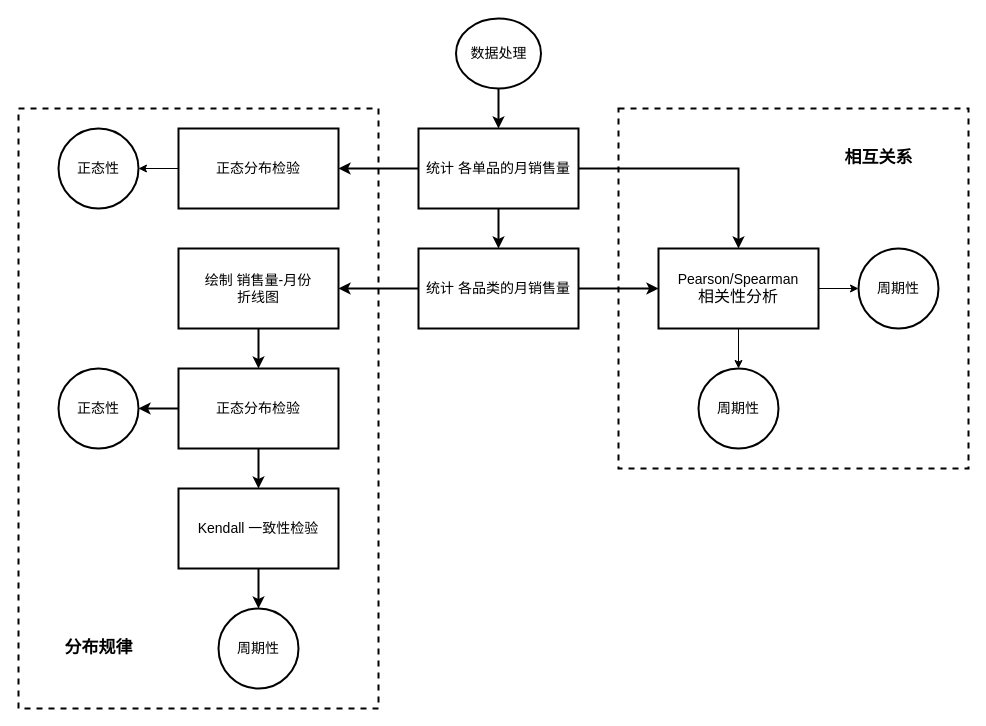
msqtt/Sources keeps this draw.io diagram as map/q1.drawio. Above is the earlier version. Source tidied: cells renumbered, new cells numbered last; positions are measured from the earlier drawing's top-left corner, leaving out a move shared by most shapes. Both pictures are drawn from the tidied source at 100%, with x=0, y=0 at pixel (18, 18).
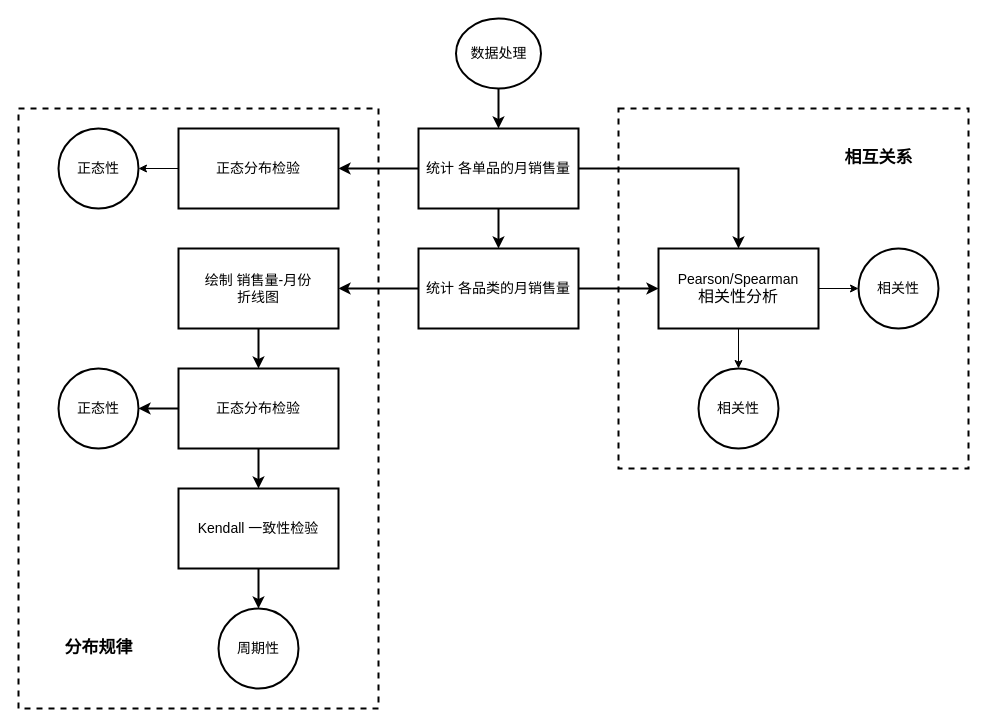
Above is the later version.

What changed in the source:
```diff
@@
-    <mxCell id="26" value="周期性" style="ellipse;whiteSpace=wrap;html=1;fontSize=14;strokeWidth=2;" parent="1" vertex="1">
+    <mxCell id="26" value="相关性" style="ellipse;whiteSpace=wrap;html=1;fontSize=14;strokeWidth=2;" parent="1" vertex="1">
       <mxGeometry x="680" y="350" width="80" height="80" as="geometry" />
     </mxCell>
-    <mxCell id="27" value="周期性" style="ellipse;whiteSpace=wrap;html=1;fontSize=14;strokeWidth=2;" parent="1" vertex="1">
+    <mxCell id="27" value="相关性" style="ellipse;whiteSpace=wrap;html=1;fontSize=14;strokeWidth=2;" parent="1" vertex="1">
       <mxGeometry x="840" y="230" width="80" height="80" as="geometry" />
     </mxCell>
```
